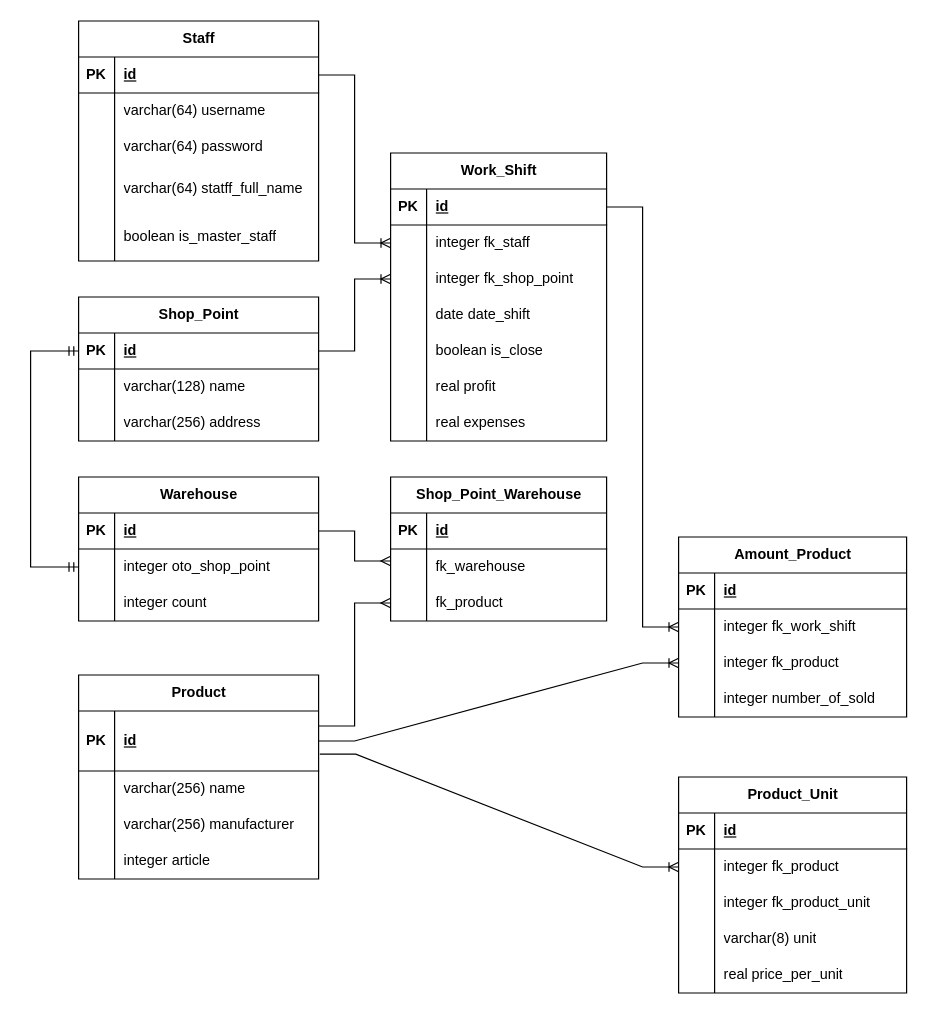
Above: docs/OTUS_DB_HW_1.drawio in OhlupinMaxim/otus-postgres-dba (draw.io), before the change. Source tidied: cells renumbered, new cells numbered last; positions are measured from the earlier drawing's top-left corner, leaving out a move shared by most shapes. Both pictures are drawn from the tidied source at 120%, with x=0, y=0 at pixel (30, 20).
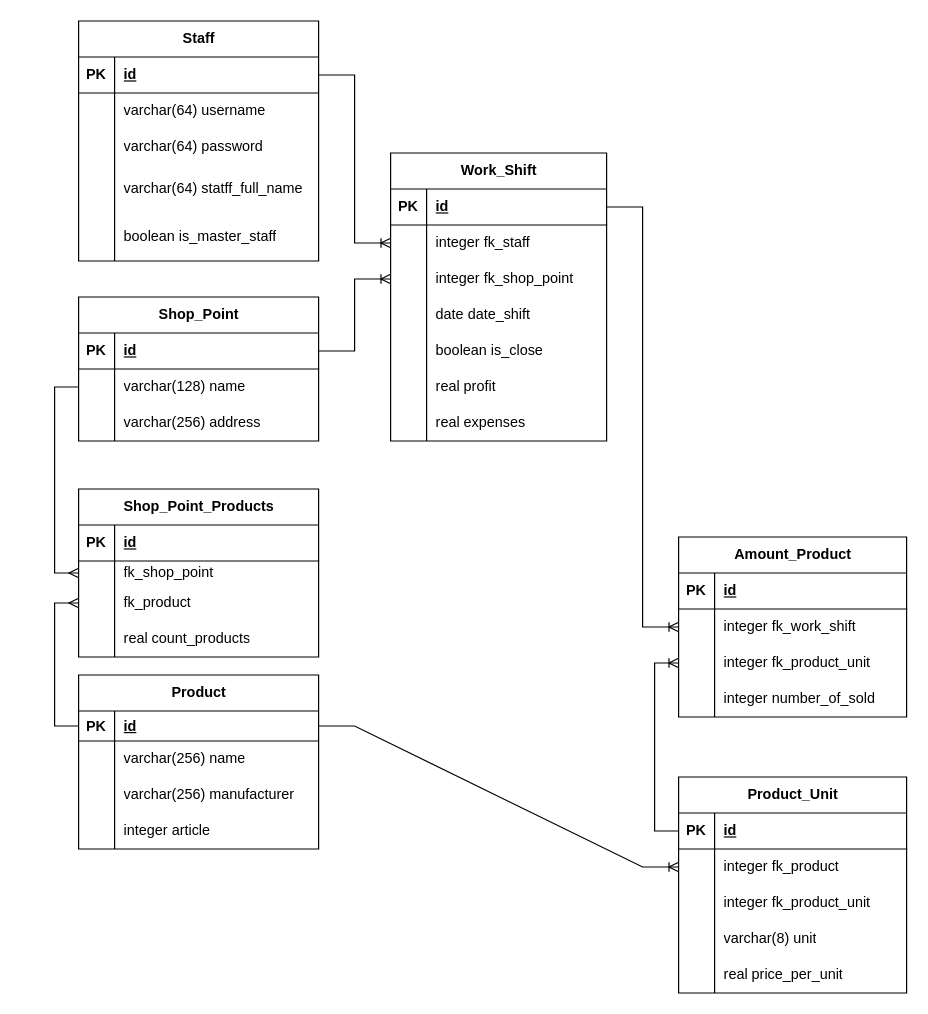
The same diagram, later.

Unchanged cells that the change refers to:
```xml
<mxCell id="32" style="shape=tableRow;horizontal=0;startSize=0;swimlaneHead=0;swimlaneBody=0;fillColor=none;points=[[0,0.5],[1,0.5]];portConstraint=eastwest;top=0;left=0;right=0;bottom=1;" parent="31" vertex="1">
  <mxGeometry y="30" width="200" height="30" as="geometry" />
</mxCell>
<mxCell id="35" style="shape=tableRow;horizontal=0;startSize=0;swimlaneHead=0;swimlaneBody=0;fillColor=none;points=[[0,0.5],[1,0.5]];portConstraint=eastwest;top=0;left=0;right=0;bottom=0;" parent="31" vertex="1">
  <mxGeometry y="60" width="200" height="30" as="geometry" />
</mxCell>
<mxCell id="48" style="shape=tableRow;horizontal=0;startSize=0;swimlaneHead=0;swimlaneBody=0;fillColor=none;points=[[0,0.5],[1,0.5]];portConstraint=eastwest;top=0;left=0;right=0;bottom=0;" parent="41" vertex="1">
  <mxGeometry y="90" width="190" height="30" as="geometry" />
</mxCell>
<mxCell id="91" value="Product_Unit" style="shape=table;startSize=30;childLayout=tableLayout;rowLines=0;fontStyle=1;align=center;html=1;" parent="1" vertex="1">
  <mxGeometry x="540" y="630" width="190" height="180" as="geometry" />
</mxCell>
<mxCell id="95" style="shape=tableRow;horizontal=0;startSize=0;swimlaneHead=0;swimlaneBody=0;fillColor=none;points=[[0,0.5],[1,0.5]];portConstraint=eastwest;top=0;left=0;right=0;bottom=0;" parent="91" vertex="1">
  <mxGeometry y="60" width="190" height="30" as="geometry" />
</mxCell>
```

The edit, as a diff of the source:
```diff
@@
     <mxCell id="18" value="&lt;div&gt;Product&lt;/div&gt;" style="shape=table;startSize=30;childLayout=tableLayout;rowLines=0;fontStyle=1;align=center;html=1;" parent="1" vertex="1">
-      <mxGeometry x="40" y="545" width="200" height="170" as="geometry" />
+      <mxGeometry x="40" y="545" width="200" height="145" as="geometry" />
     </mxCell>
     <mxCell id="19" style="shape=tableRow;horizontal=0;startSize=0;swimlaneHead=0;swimlaneBody=0;fillColor=none;points=[[0,0.5],[1,0.5]];portConstraint=eastwest;top=0;left=0;right=0;bottom=1;" parent="18" vertex="1">
-      <mxGeometry y="30" width="200" height="50" as="geometry" />
+      <mxGeometry y="30" width="200" height="25" as="geometry" />
     </mxCell>
     <mxCell id="20" value="PK" style="shape=partialRectangle;fillColor=none;top=0;left=0;bottom=0;right=0;fontStyle=1;overflow=hidden;whiteSpace=wrap;html=1;" parent="19" vertex="1">
-      <mxGeometry width="30" height="50" as="geometry" />
+      <mxGeometry width="30" height="25" as="geometry" />
     </mxCell>
     <mxCell id="21" value="id" style="shape=partialRectangle;fillColor=none;top=0;left=0;bottom=0;right=0;align=left;spacingLeft=6;fontStyle=5;overflow=hidden;whiteSpace=wrap;html=1;" parent="19" vertex="1">
-      <mxGeometry x="30" width="170" height="50" as="geometry" />
+      <mxGeometry x="30" width="170" height="25" as="geometry" />
     </mxCell>
     <mxCell id="22" style="shape=tableRow;horizontal=0;startSize=0;swimlaneHead=0;swimlaneBody=0;fillColor=none;top=0;left=0;right=0;bottom=0;" parent="18" vertex="1">
-      <mxGeometry y="80" width="200" height="30" as="geometry" />
+      <mxGeometry y="55" width="200" height="30" as="geometry" />
     </mxCell>
@@
     <mxCell id="25" style="shape=tableRow;horizontal=0;startSize=0;swimlaneHead=0;swimlaneBody=0;fillColor=none;top=0;left=0;right=0;bottom=0;" parent="18" vertex="1">
-      <mxGeometry y="110" width="200" height="30" as="geometry" />
+      <mxGeometry y="85" width="200" height="30" as="geometry" />
     </mxCell>
@@
     <mxCell id="28" style="shape=tableRow;horizontal=0;startSize=0;swimlaneHead=0;swimlaneBody=0;fillColor=none;top=0;left=0;right=0;bottom=0;" parent="18" vertex="1">
-      <mxGeometry y="140" width="200" height="30" as="geometry" />
+      <mxGeometry y="115" width="200" height="30" as="geometry" />
     </mxCell>
@@
-    <mxCell id="50" value="integer fk_product" style="shape=partialRectangle;fillColor=none;top=0;left=0;bottom=0;right=0;align=left;spacingLeft=6;overflow=hidden;whiteSpace=wrap;html=1;" parent="48" vertex="1">
+    <mxCell id="50" value="integer fk_product_unit" style="shape=partialRectangle;fillColor=none;top=0;left=0;bottom=0;right=0;align=left;spacingLeft=6;overflow=hidden;whiteSpace=wrap;html=1;" parent="48" vertex="1">
       <mxGeometry x="30" width="160" height="30" as="geometry" />
     </mxCell>
@@
-    <mxCell id="79" value="Warehouse" style="shape=table;startSize=30;childLayout=tableLayout;rowLines=0;fontStyle=1;align=center;html=1;" parent="1" vertex="1">
-      <mxGeometry x="40" y="380" width="200" height="120" as="geometry" />
-    </mxCell>
-    <mxCell id="80" style="shape=tableRow;horizontal=0;startSize=0;swimlaneHead=0;swimlaneBody=0;fillColor=none;points=[[0,0.5],[1,0.5]];portConstraint=eastwest;top=0;left=0;right=0;bottom=1;" parent="79" vertex="1">
-      <mxGeometry y="30" width="200" height="30" as="geometry" />
-    </mxCell>
-    <mxCell id="81" value="PK" style="shape=partialRectangle;fillColor=none;top=0;left=0;bottom=0;right=0;fontStyle=1;overflow=hidden;whiteSpace=wrap;html=1;" parent="80" vertex="1">
-      <mxGeometry width="30" height="30" as="geometry" />
-    </mxCell>
-    <mxCell id="82" value="id" style="shape=partialRectangle;fillColor=none;top=0;left=0;bottom=0;right=0;align=left;spacingLeft=6;fontStyle=5;overflow=hidden;whiteSpace=wrap;html=1;" parent="80" vertex="1">
-      <mxGeometry x="30" width="170" height="30" as="geometry" />
-    </mxCell>
-    <mxCell id="83" style="shape=tableRow;horizontal=0;startSize=0;swimlaneHead=0;swimlaneBody=0;fillColor=none;points=[[0,0.5],[1,0.5]];portConstraint=eastwest;top=0;left=0;right=0;bottom=0;" parent="79" vertex="1">
-      <mxGeometry y="60" width="200" height="30" as="geometry" />
-    </mxCell>
-    <mxCell id="84" style="shape=partialRectangle;fillColor=none;top=0;left=0;bottom=0;right=0;overflow=hidden;whiteSpace=wrap;html=1;" parent="83" vertex="1">
-      <mxGeometry width="30" height="30" as="geometry" />
-    </mxCell>
-    <mxCell id="85" value="integer oto_shop_point" style="shape=partialRectangle;fillColor=none;top=0;left=0;bottom=0;right=0;align=left;spacingLeft=6;overflow=hidden;whiteSpace=wrap;html=1;" parent="83" vertex="1">
-      <mxGeometry x="30" width="170" height="30" as="geometry" />
-    </mxCell>
-    <mxCell id="86" style="shape=tableRow;horizontal=0;startSize=0;swimlaneHead=0;swimlaneBody=0;fillColor=none;top=0;left=0;right=0;bottom=0;" parent="79" vertex="1">
-      <mxGeometry y="90" width="200" height="30" as="geometry" />
-    </mxCell>
-    <mxCell id="87" style="shape=partialRectangle;fillColor=none;top=0;left=0;bottom=0;right=0;overflow=hidden;whiteSpace=wrap;html=1;" parent="86" vertex="1">
-      <mxGeometry width="30" height="30" as="geometry" />
-    </mxCell>
-    <mxCell id="88" value="integer count" style="shape=partialRectangle;fillColor=none;top=0;left=0;bottom=0;right=0;align=left;spacingLeft=6;overflow=hidden;whiteSpace=wrap;html=1;" parent="86" vertex="1">
-      <mxGeometry x="30" width="170" height="30" as="geometry" />
-    </mxCell>
-    <mxCell id="89" style="endArrow=ERmandOne;startArrow=ERmandOne;html=1;rounded=0;entryX=0;entryY=0.5;entryDx=0;entryDy=0;exitX=0;exitY=0.5;exitDx=0;exitDy=0;startFill=0;endFill=0;" parent="1" edge="1" source="83" target="32">
-      <mxGeometry relative="1" as="geometry">
-        <Array as="points">
-          <mxPoint y="455" />
-          <mxPoint y="275" />
-        </Array>
-      </mxGeometry>
-    </mxCell>
-    <mxCell id="90" style="edgeStyle=entityRelationEdgeStyle;fontSize=12;html=1;endArrow=ERoneToMany;rounded=0;entryX=0;entryY=0.5;entryDx=0;entryDy=0;exitX=1;exitY=0.5;exitDx=0;exitDy=0;" parent="1" edge="1" source="19" target="48">
-      <mxGeometry relative="1" as="geometry" />
-    </mxCell>
+    <mxCell id="120" style="edgeStyle=orthogonalEdgeStyle;rounded=0;jettySize=auto;html=1;exitX=0;exitY=0.25;exitDx=0;exitDy=0;entryX=0;entryY=0.5;entryDx=0;entryDy=0;endArrow=ERoneToMany;endFill=0;" parent="1" edge="1" source="91" target="48">
+      <mxGeometry relative="1" as="geometry" />
+    </mxCell>
@@
-    <mxCell id="107" style="edgeStyle=entityRelationEdgeStyle;fontSize=12;html=1;endArrow=ERoneToMany;rounded=0;entryX=0;entryY=0.5;entryDx=0;entryDy=0;exitX=1.005;exitY=0.72;exitDx=0;exitDy=0;exitPerimeter=0;" parent="1" edge="1" source="19" target="95">
+    <mxCell id="107" style="edgeStyle=entityRelationEdgeStyle;fontSize=12;html=1;endArrow=ERoneToMany;rounded=0;entryX=0;entryY=0.5;entryDx=0;entryDy=0;exitX=1;exitY=0.5;exitDx=0;exitDy=0;" parent="1" edge="1" source="19" target="95">
       <mxGeometry relative="1" as="geometry" />
     </mxCell>
-    <mxCell id="108" value="Shop_Point_Warehouse" style="shape=table;startSize=30;childLayout=tableLayout;rowLines=0;fontStyle=1;align=center;html=1;" parent="1" vertex="1">
-      <mxGeometry x="300" y="380" width="180" height="120" as="geometry" />
+    <mxCell id="108" value="Shop_Point_Products" style="shape=table;startSize=30;childLayout=tableLayout;rowLines=0;fontStyle=1;align=center;html=1;" parent="1" vertex="1">
+      <mxGeometry x="40" y="390" width="200" height="140" as="geometry" />
     </mxCell>
     <mxCell id="109" style="shape=tableRow;horizontal=0;startSize=0;swimlaneHead=0;swimlaneBody=0;fillColor=none;top=0;left=0;right=0;bottom=1;" parent="108" vertex="1">
-      <mxGeometry y="30" width="180" height="30" as="geometry" />
+      <mxGeometry y="30" width="200" height="30" as="geometry" />
     </mxCell>
@@
     <mxCell id="111" value="id" style="shape=partialRectangle;fillColor=none;top=0;left=0;bottom=0;right=0;align=left;spacingLeft=6;fontStyle=5;overflow=hidden;whiteSpace=wrap;html=1;" parent="109" vertex="1">
-      <mxGeometry x="30" width="150" height="30" as="geometry" />
+      <mxGeometry x="30" width="170" height="30" as="geometry" />
     </mxCell>
     <mxCell id="112" style="shape=tableRow;horizontal=0;startSize=0;swimlaneHead=0;swimlaneBody=0;fillColor=none;points=[[0,0.5],[1,0.5]];portConstraint=eastwest;top=0;left=0;right=0;bottom=0;" parent="108" vertex="1">
-      <mxGeometry y="60" width="180" height="30" as="geometry" />
+      <mxGeometry y="60" width="200" height="20" as="geometry" />
     </mxCell>
     <mxCell id="113" style="shape=partialRectangle;fillColor=none;top=0;left=0;bottom=0;right=0;overflow=hidden;whiteSpace=wrap;html=1;" parent="112" vertex="1">
-      <mxGeometry width="30" height="30" as="geometry" />
+      <mxGeometry width="30" height="20" as="geometry" />
     </mxCell>
-    <mxCell id="114" value="fk_warehouse" style="shape=partialRectangle;fillColor=none;top=0;left=0;bottom=0;right=0;align=left;spacingLeft=6;overflow=hidden;whiteSpace=wrap;html=1;" parent="112" vertex="1">
-      <mxGeometry x="30" width="150" height="30" as="geometry" />
+    <mxCell id="114" value="fk_shop_point&lt;br&gt;" style="shape=partialRectangle;fillColor=none;top=0;left=0;bottom=0;right=0;align=left;spacingLeft=6;overflow=hidden;whiteSpace=wrap;html=1;" parent="112" vertex="1">
+      <mxGeometry x="30" width="170" height="20" as="geometry" />
     </mxCell>
     <mxCell id="115" style="shape=tableRow;horizontal=0;startSize=0;swimlaneHead=0;swimlaneBody=0;fillColor=none;points=[[0,0.5],[1,0.5]];portConstraint=eastwest;top=0;left=0;right=0;bottom=0;" parent="108" vertex="1">
-      <mxGeometry y="90" width="180" height="30" as="geometry" />
+      <mxGeometry y="80" width="200" height="30" as="geometry" />
     </mxCell>
@@
     <mxCell id="117" value="fk_product" style="shape=partialRectangle;fillColor=none;top=0;left=0;bottom=0;right=0;align=left;spacingLeft=6;overflow=hidden;whiteSpace=wrap;html=1;" parent="115" vertex="1">
-      <mxGeometry x="30" width="150" height="30" as="geometry" />
+      <mxGeometry x="30" width="170" height="30" as="geometry" />
     </mxCell>
-    <mxCell id="118" style="edgeStyle=entityRelationEdgeStyle;fontSize=12;html=1;endArrow=ERmany;rounded=0;entryX=0;entryY=0.5;entryDx=0;entryDy=0;exitX=1;exitY=0.25;exitDx=0;exitDy=0;" parent="1" edge="1" source="18" target="115">
-      <mxGeometry relative="1" as="geometry" />
-    </mxCell>
-    <mxCell id="119" style="edgeStyle=entityRelationEdgeStyle;fontSize=12;html=1;endArrow=ERmany;rounded=0;exitX=1;exitY=0.5;exitDx=0;exitDy=0;" parent="1" edge="1" source="80">
-      <mxGeometry relative="1" as="geometry">
-        <mxPoint x="300" y="450" as="targetPoint" />
-      </mxGeometry>
-    </mxCell>
+    <mxCell id="121" style="shape=tableRow;horizontal=0;startSize=0;swimlaneHead=0;swimlaneBody=0;fillColor=none;top=0;left=0;right=0;bottom=0;" parent="108" vertex="1">
+      <mxGeometry y="110" width="200" height="30" as="geometry" />
+    </mxCell>
+    <mxCell id="122" style="shape=partialRectangle;fillColor=none;top=0;left=0;bottom=0;right=0;overflow=hidden;whiteSpace=wrap;html=1;" parent="121" vertex="1">
+      <mxGeometry width="30" height="30" as="geometry" />
+    </mxCell>
+    <mxCell id="123" value="real count_products" style="shape=partialRectangle;fillColor=none;top=0;left=0;bottom=0;right=0;align=left;spacingLeft=6;overflow=hidden;whiteSpace=wrap;html=1;" parent="121" vertex="1">
+      <mxGeometry x="30" width="170" height="30" as="geometry" />
+    </mxCell>
+    <mxCell id="124" style="edgeStyle=orthogonalEdgeStyle;rounded=0;jettySize=auto;html=1;exitX=0;exitY=0.5;exitDx=0;exitDy=0;entryX=0;entryY=0.5;entryDx=0;entryDy=0;endArrow=none;endFill=0;startArrow=ERmany;startFill=0;" parent="1" edge="1" source="112" target="35">
+      <mxGeometry relative="1" as="geometry" />
+    </mxCell>
+    <mxCell id="125" style="edgeStyle=orthogonalEdgeStyle;rounded=0;jettySize=auto;html=1;exitX=0;exitY=0.5;exitDx=0;exitDy=0;entryX=0;entryY=0.5;entryDx=0;entryDy=0;endArrow=none;endFill=0;startArrow=ERmany;startFill=0;" parent="1" edge="1" source="115" target="19">
+      <mxGeometry relative="1" as="geometry" />
+    </mxCell>
```
